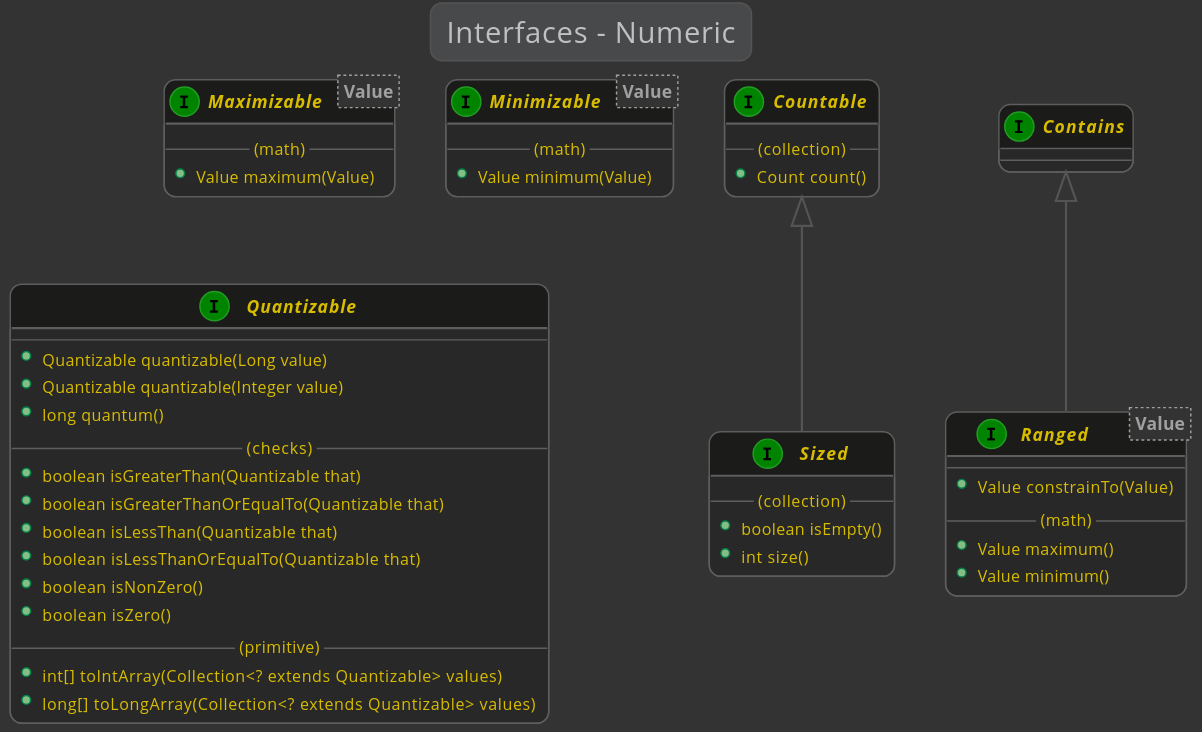
Earlier version of the PlantUML export kivakit-core/kernel/documentation/diagrams/diagram-interface-numeric.svg (Telenav/kivakit).
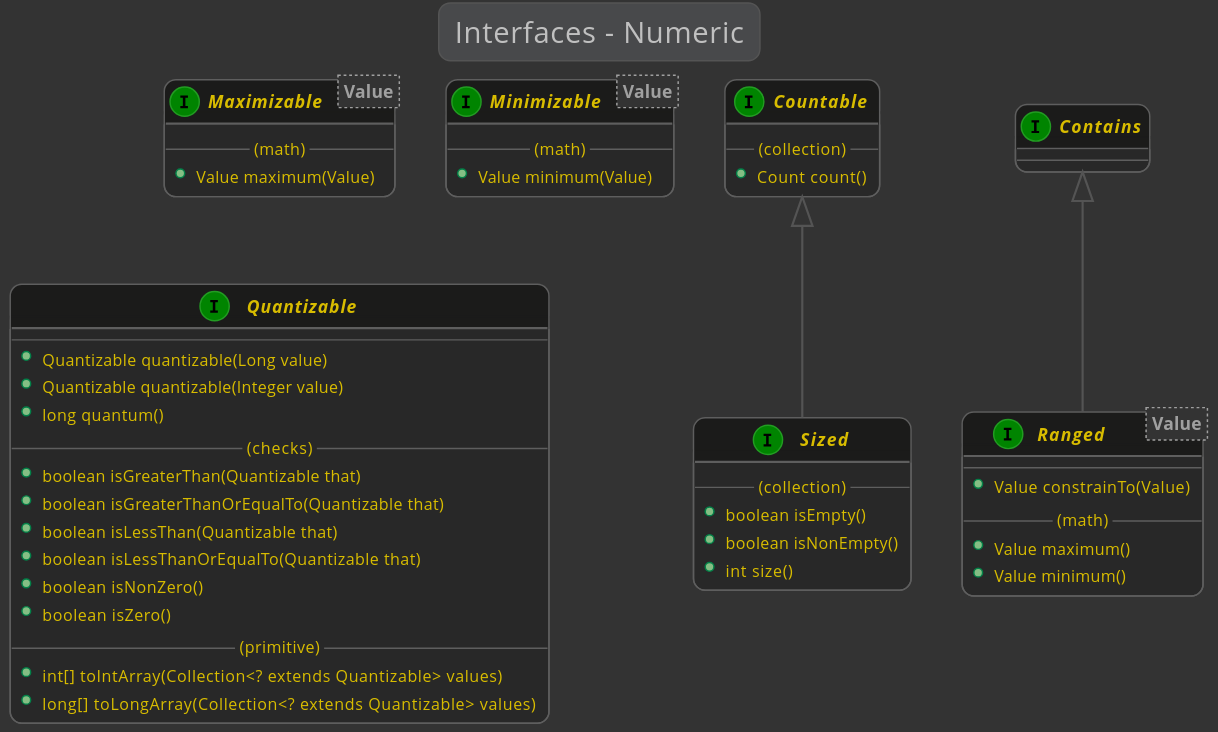
Later version of the same file.

Change to the diagram source:
```diff
@@ -57,6 +57,7 @@
     {
         --(collection)--
         +boolean isEmpty()
+        +boolean isNonEmpty()
         +int size()
     }
 
```
